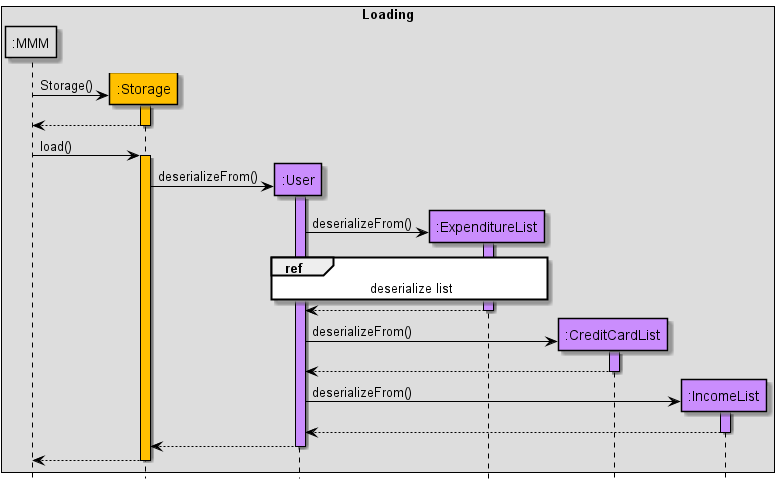
Before: docs/images/LoadingSequenceDiagramFinal.png, a diagram exported from PlantUML (nus-cs2113-AY2122S2/tp).
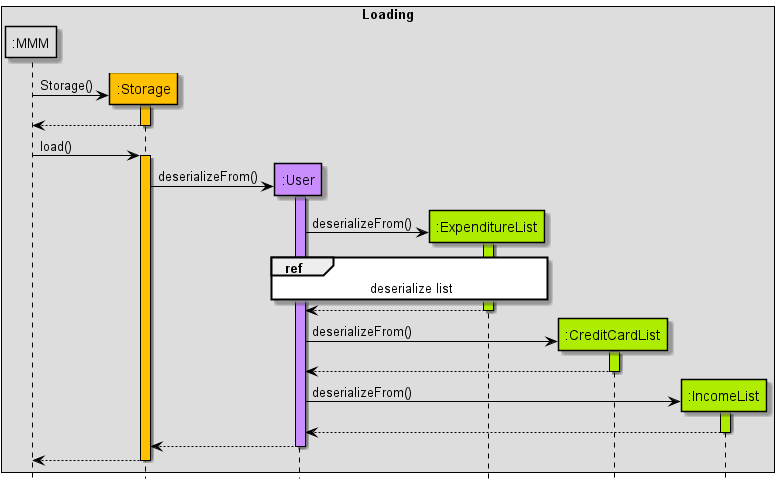
Later version of the same file.

Change to the diagram source:
```diff
@@ -12,9 +12,9 @@
 participant ":MMM" as MMM MMM_COLOUR
 participant ":Storage" as Storage STORAGE_COLOUR
 participant ":User" as User USERFINANCIAL_COLOUR
-participant ":ExpenditureList" as ExpenditureList USERFINANCIAL_COLOUR
-participant ":CreditCardList" as CreditCardList USERFINANCIAL_COLOUR
-participant ":IncomeList" as IncomeList USERFINANCIAL_COLOUR
+participant ":ExpenditureList" as ExpenditureList DATA_COLOUR
+participant ":CreditCardList" as CreditCardList DATA_COLOUR
+participant ":IncomeList" as IncomeList DATA_COLOUR
 end box
 hide footbox
 
@@ -27,14 +27,14 @@
 Storage -> User ** : deserializeFrom()
 activate User USERFINANCIAL_COLOUR
 User -> ExpenditureList ** : deserializeFrom()
-activate ExpenditureList USERFINANCIAL_COLOUR
+activate ExpenditureList DATA_COLOUR
 ref over User, ExpenditureList : deserialize list
 ExpenditureList --> User --
 User -> CreditCardList ** : deserializeFrom()
-activate CreditCardList USERFINANCIAL_COLOUR
+activate CreditCardList DATA_COLOUR
 CreditCardList --> User --
 User -> IncomeList ** : deserializeFrom()
-activate IncomeList USERFINANCIAL_COLOUR
+activate IncomeList DATA_COLOUR
 IncomeList --> User --
 User --> Storage --
 Storage --> MMM --
```
